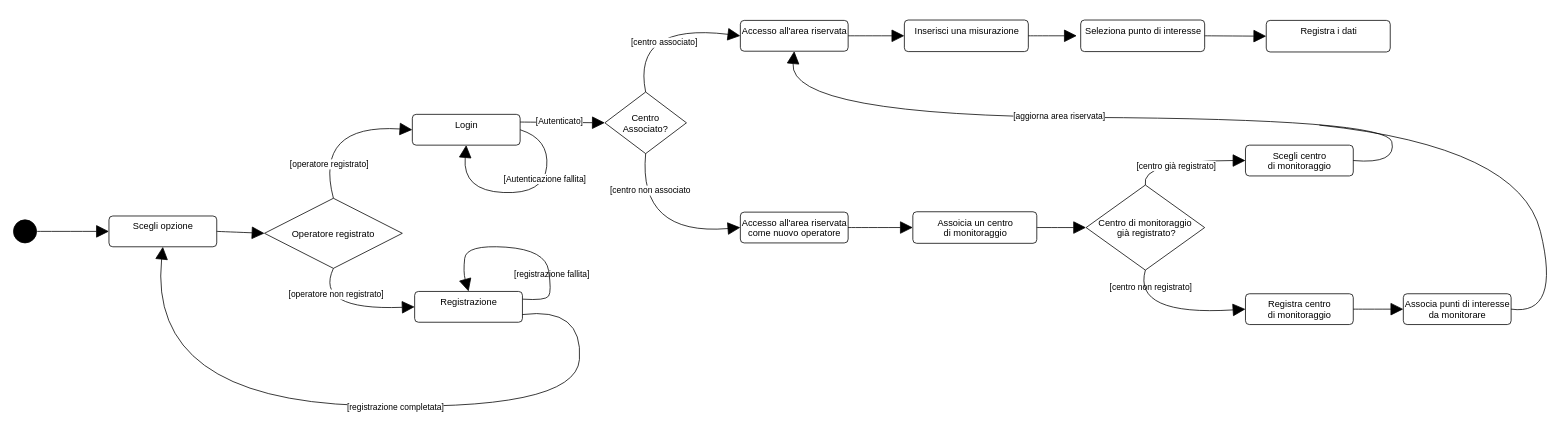
Above: doc/UML/client/activityDiagramAreaRiservata.drawio in riccardomassini/ClimateMonitoring (draw.io), before the change. Source tidied: cells renumbered, new cells numbered last; positions are measured from the earlier drawing's top-left corner, leaving out a move shared by most shapes. Both pictures are drawn from the tidied source at 77%, with x=0, y=0 at pixel (13, 20).
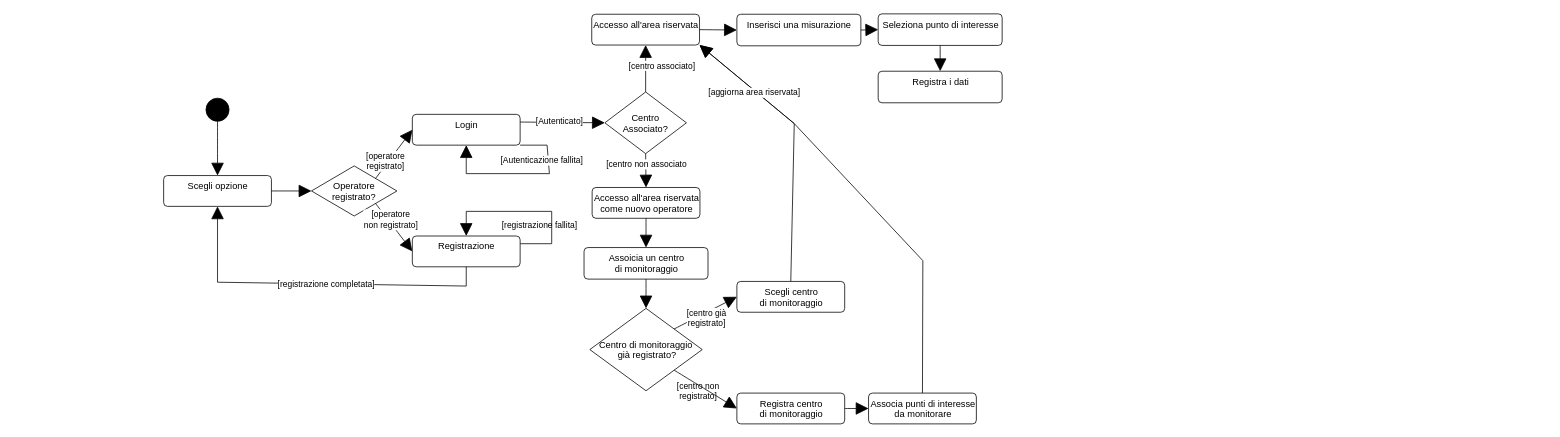
After the change.

Commit message (it also covers changes not shown here):
Aggiunto sequence diagram per server Modificato activity diagram per client

Unchanged cells that the change refers to:
```xml
<mxCell id="11" value="Login" style="html=1;align=center;verticalAlign=top;rounded=1;absoluteArcSize=1;arcSize=10;dashed=0;" parent="1" vertex="1">
  <mxGeometry x="518" y="122" width="140" height="40" as="geometry" />
</mxCell>
<mxCell id="20" value="Centro&#10;Associato?" style="rhombus;" parent="1" vertex="1">
  <mxGeometry x="768" y="93" width="106" height="80" as="geometry" />
</mxCell>
```

Change to the diagram source:
```diff
@@
+    <mxCell id="47" style="html=1;verticalAlign=bottom;labelBackgroundColor=none;endArrow=block;endFill=1;rounded=0;startSize=14;endSize=14;sourcePerimeterSpacing=8;targetPerimeterSpacing=8;exitX=0.5;exitY=0;exitDx=0;exitDy=0;entryX=1;entryY=1;entryDx=0;entryDy=0;" parent="1" edge="1" source="30" target="6">
+      <mxGeometry relative="1" as="geometry">
+        <Array as="points">
+          <mxPoint x="1181" y="312" />
+          <mxPoint x="1014" y="134" />
+        </Array>
+      </mxGeometry>
+    </mxCell>
     <mxCell id="2" style="ellipse;fillColor=strokeColor;" parent="1" vertex="1">
-      <mxGeometry y="259" width="30" height="30" as="geometry" />
+      <mxGeometry x="250" y="101" width="30" height="30" as="geometry" />
     </mxCell>
     <mxCell id="3" value="Scegli opzione" style="html=1;align=center;verticalAlign=top;rounded=1;absoluteArcSize=1;arcSize=10;dashed=0;" parent="1" vertex="1">
-      <mxGeometry x="124" y="254" width="140" height="40" as="geometry" />
+      <mxGeometry x="195" y="201.5" width="140" height="40" as="geometry" />
     </mxCell>
-    <mxCell id="4" value="Operatore registrato" style="rhombus;" parent="1" vertex="1">
-      <mxGeometry x="326" y="231" width="179" height="91" as="geometry" />
+    <mxCell id="4" value="Operatore &#10;registrato?" style="rhombus;" parent="1" vertex="1">
+      <mxGeometry x="387" y="189" width="111" height="65" as="geometry" />
     </mxCell>
     <mxCell id="5" value="Accesso all'area riservata&lt;br&gt;come nuovo operatore" style="html=1;align=center;verticalAlign=top;rounded=1;absoluteArcSize=1;arcSize=10;dashed=0;" parent="1" vertex="1">
-      <mxGeometry x="944" y="249" width="140" height="40" as="geometry" />
+      <mxGeometry x="751.5" y="217" width="140" height="40" as="geometry" />
     </mxCell>
     <mxCell id="6" value="Accesso all'area riservata" style="html=1;align=center;verticalAlign=top;rounded=1;absoluteArcSize=1;arcSize=10;dashed=0;" parent="1" vertex="1">
-      <mxGeometry x="944" width="140" height="40" as="geometry" />
+      <mxGeometry x="751" y="-8" width="140" height="40" as="geometry" />
     </mxCell>
-    <mxCell id="7" style="html=1;verticalAlign=bottom;labelBackgroundColor=none;endArrow=block;endFill=1;rounded=0;startSize=14;endSize=14;sourcePerimeterSpacing=8;targetPerimeterSpacing=8;curved=1;entryX=0.5;entryY=1;entryDx=0;entryDy=0;exitX=1;exitY=0.5;exitDx=0;exitDy=0;" parent="1" edge="1" source="11" target="11">
+    <mxCell id="7" style="html=1;verticalAlign=bottom;labelBackgroundColor=none;endArrow=block;endFill=1;rounded=0;startSize=14;endSize=14;sourcePerimeterSpacing=8;targetPerimeterSpacing=8;entryX=0.5;entryY=1;entryDx=0;entryDy=0;exitX=1;exitY=1;exitDx=0;exitDy=0;" parent="1" edge="1" source="11" target="11">
       <mxGeometry relative="1" as="geometry">
         <Array as="points">
-          <mxPoint x="696" y="154" />
-          <mxPoint x="689" y="226" />
-          <mxPoint x="583" y="221" />
+          <mxPoint x="693" y="162" />
+          <mxPoint x="696" y="199" />
+          <mxPoint x="588" y="199" />
         </Array>
       </mxGeometry>
     </mxCell>
     <mxCell id="8" value="[Autenticazione fallita]" style="edgeLabel;html=1;align=center;verticalAlign=middle;" parent="7" vertex="1">
-      <mxGeometry x="-0.34" y="-1" relative="1" as="geometry" />
+      <mxGeometry x="-0.34" y="-1" relative="1" as="geometry">
+        <mxPoint x="-11" y="-17" as="offset" />
+      </mxGeometry>
     </mxCell>
-    <mxCell id="9" value="[registrazione fallita]" style="html=1;verticalAlign=bottom;labelBackgroundColor=none;endArrow=block;endFill=1;rounded=0;startSize=14;endSize=14;sourcePerimeterSpacing=8;targetPerimeterSpacing=8;curved=1;exitX=1;exitY=0.25;exitDx=0;exitDy=0;entryX=0.5;entryY=0;entryDx=0;entryDy=0;" parent="1" edge="1" source="10" target="10">
-      <mxGeometry x="-0.57" y="-2" relative="1" as="geometry">
+    <mxCell id="9" value="[registrazione fallita]" style="html=1;verticalAlign=bottom;labelBackgroundColor=none;endArrow=block;endFill=1;rounded=0;startSize=14;endSize=14;sourcePerimeterSpacing=8;targetPerimeterSpacing=8;exitX=1;exitY=0.25;exitDx=0;exitDy=0;entryX=0.5;entryY=0;entryDx=0;entryDy=0;elbow=vertical;" parent="1" edge="1" source="10" target="10">
+      <mxGeometry x="-0.78" y="15" relative="1" as="geometry">
         <Array as="points">
-          <mxPoint x="691" y="364" />
-          <mxPoint x="699" y="352" />
-          <mxPoint x="691" y="298" />
-          <mxPoint x="588" y="291" />
-          <mxPoint x="584" y="327" />
+          <mxPoint x="699" y="290" />
+          <mxPoint x="699" y="248" />
+          <mxPoint x="588" y="248" />
         </Array>
       </mxGeometry>
     </mxCell>
     <mxCell id="10" value="Registrazione" style="html=1;align=center;verticalAlign=top;rounded=1;absoluteArcSize=1;arcSize=10;dashed=0;" parent="1" vertex="1">
-      <mxGeometry x="521" y="352" width="140" height="40" as="geometry" />
+      <mxGeometry x="518" y="280" width="140" height="40" as="geometry" />
     </mxCell>
@@
-    <mxCell id="12" style="html=1;verticalAlign=bottom;labelBackgroundColor=none;endArrow=block;endFill=1;rounded=0;startSize=14;endSize=14;sourcePerimeterSpacing=8;targetPerimeterSpacing=8;curved=1;exitX=1;exitY=0.75;exitDx=0;exitDy=0;entryX=0.5;entryY=1;entryDx=0;entryDy=0;" parent="1" edge="1" source="10" target="3">
+    <mxCell id="12" style="html=1;verticalAlign=bottom;labelBackgroundColor=none;endArrow=block;endFill=1;rounded=0;startSize=14;endSize=14;sourcePerimeterSpacing=8;targetPerimeterSpacing=8;exitX=0.5;exitY=1;exitDx=0;exitDy=0;entryX=0.5;entryY=1;entryDx=0;entryDy=0;" parent="1" edge="1" source="10" target="3">
       <mxGeometry relative="1" as="geometry">
         <Array as="points">
-          <mxPoint x="740" y="372" />
-          <mxPoint x="730" y="509" />
-          <mxPoint x="174" y="491" />
+          <mxPoint x="588" y="345" />
+          <mxPoint x="265" y="340" />
         </Array>
       </mxGeometry>
     </mxCell>
@@
-    <mxCell id="14" style="html=1;verticalAlign=bottom;labelBackgroundColor=none;endArrow=block;endFill=1;rounded=0;startSize=14;endSize=14;sourcePerimeterSpacing=8;targetPerimeterSpacing=8;curved=1;exitX=0.5;exitY=1;exitDx=0;exitDy=0;entryX=0;entryY=0.5;entryDx=0;entryDy=0;" parent="1" edge="1" source="4" target="10">
-      <mxGeometry relative="1" as="geometry">
-        <Array as="points">
-          <mxPoint x="390" y="377" />
-        </Array>
-      </mxGeometry>
+    <mxCell id="14" style="html=1;verticalAlign=bottom;labelBackgroundColor=none;endArrow=block;endFill=1;rounded=0;startSize=14;endSize=14;sourcePerimeterSpacing=8;targetPerimeterSpacing=8;curved=1;exitX=1;exitY=1;exitDx=0;exitDy=0;entryX=0;entryY=0.5;entryDx=0;entryDy=0;" parent="1" edge="1" source="4" target="10">
+      <mxGeometry relative="1" as="geometry" />
     </mxCell>
-    <mxCell id="15" value="[operatore non registrato]" style="edgeLabel;html=1;align=center;verticalAlign=middle;" parent="14" vertex="1">
-      <mxGeometry x="-0.7" y="17" relative="1" as="geometry" />
+    <mxCell id="15" value="[operatore &lt;br&gt;non registrato]" style="edgeLabel;html=1;align=center;verticalAlign=middle;" parent="14" vertex="1">
+      <mxGeometry x="-0.7" y="17" relative="1" as="geometry">
+        <mxPoint x="-2" y="22" as="offset" />
+      </mxGeometry>
     </mxCell>
-    <mxCell id="16" style="html=1;verticalAlign=bottom;labelBackgroundColor=none;endArrow=block;endFill=1;rounded=0;startSize=14;endSize=14;sourcePerimeterSpacing=8;targetPerimeterSpacing=8;curved=1;exitX=0.5;exitY=0;exitDx=0;exitDy=0;entryX=0;entryY=0.5;entryDx=0;entryDy=0;" parent="1" edge="1" source="4" target="11">
-      <mxGeometry relative="1" as="geometry">
-        <Array as="points">
-          <mxPoint x="390" y="134" />
-        </Array>
-      </mxGeometry>
+    <mxCell id="16" style="html=1;verticalAlign=bottom;labelBackgroundColor=none;endArrow=block;endFill=1;rounded=0;startSize=14;endSize=14;sourcePerimeterSpacing=8;targetPerimeterSpacing=8;curved=1;exitX=1;exitY=0;exitDx=0;exitDy=0;entryX=0;entryY=0.5;entryDx=0;entryDy=0;" parent="1" edge="1" source="4" target="11">
+      <mxGeometry relative="1" as="geometry" />
     </mxCell>
-    <mxCell id="17" value="[operatore registrato]" style="edgeLabel;html=1;align=center;verticalAlign=middle;" parent="16" vertex="1">
+    <mxCell id="17" value="[operatore &lt;br&gt;registrato]" style="edgeLabel;html=1;align=center;verticalAlign=middle;" parent="16" vertex="1">
       <mxGeometry x="-0.61" y="-6" relative="1" as="geometry">
-        <mxPoint y="1" as="offset" />
+        <mxPoint x="-2" y="-14" as="offset" />
       </mxGeometry>
     </mxCell>
-    <mxCell id="18" style="html=1;verticalAlign=bottom;labelBackgroundColor=none;endArrow=block;endFill=1;rounded=0;startSize=14;endSize=14;sourcePerimeterSpacing=8;targetPerimeterSpacing=8;curved=1;exitX=1;exitY=0.5;exitDx=0;exitDy=0;entryX=0;entryY=0.5;entryDx=0;entryDy=0;" parent="1" edge="1" source="2" target="3">
+    <mxCell id="18" style="html=1;verticalAlign=bottom;labelBackgroundColor=none;endArrow=block;endFill=1;rounded=0;startSize=14;endSize=14;sourcePerimeterSpacing=8;targetPerimeterSpacing=8;curved=1;entryX=0.5;entryY=0;entryDx=0;entryDy=0;exitX=0.5;exitY=1;exitDx=0;exitDy=0;" parent="1" edge="1" source="2" target="3">
       <mxGeometry relative="1" as="geometry" />
     </mxCell>
@@
-    <mxCell id="23" style="html=1;verticalAlign=bottom;labelBackgroundColor=none;endArrow=block;endFill=1;rounded=0;startSize=14;endSize=14;sourcePerimeterSpacing=8;targetPerimeterSpacing=8;curved=1;exitX=0.5;exitY=0;exitDx=0;exitDy=0;entryX=0;entryY=0.5;entryDx=0;entryDy=0;" parent="1" edge="1" source="20" target="6">
-      <mxGeometry relative="1" as="geometry">
-        <Array as="points">
-          <mxPoint x="803" y="3" />
-        </Array>
-      </mxGeometry>
+    <mxCell id="23" style="html=1;verticalAlign=bottom;labelBackgroundColor=none;endArrow=block;endFill=1;rounded=0;startSize=14;endSize=14;sourcePerimeterSpacing=8;targetPerimeterSpacing=8;exitX=0.5;exitY=0;exitDx=0;exitDy=0;entryX=0.5;entryY=1;entryDx=0;entryDy=0;" parent="1" edge="1" source="20" target="6">
+      <mxGeometry relative="1" as="geometry" />
     </mxCell>
@@
-    <mxCell id="25" style="html=1;verticalAlign=bottom;labelBackgroundColor=none;endArrow=block;endFill=1;rounded=0;startSize=14;endSize=14;sourcePerimeterSpacing=8;targetPerimeterSpacing=8;curved=1;exitX=0.5;exitY=1;exitDx=0;exitDy=0;entryX=0;entryY=0.5;entryDx=0;entryDy=0;" parent="1" edge="1" source="20" target="5">
-      <mxGeometry relative="1" as="geometry">
-        <Array as="points">
-          <mxPoint x="811" y="280" />
-        </Array>
-      </mxGeometry>
+    <mxCell id="25" style="html=1;verticalAlign=bottom;labelBackgroundColor=none;endArrow=block;endFill=1;rounded=0;startSize=14;endSize=14;sourcePerimeterSpacing=8;targetPerimeterSpacing=8;exitX=0.5;exitY=1;exitDx=0;exitDy=0;entryX=0.5;entryY=0;entryDx=0;entryDy=0;" parent="1" edge="1" source="20" target="5">
+      <mxGeometry relative="1" as="geometry" />
     </mxCell>
     <mxCell id="26" value="[centro non associato" style="edgeLabel;html=1;align=center;verticalAlign=middle;" parent="25" vertex="1">
-      <mxGeometry x="-0.61" y="10" relative="1" as="geometry" />
+      <mxGeometry x="-0.61" y="10" relative="1" as="geometry">
+        <mxPoint x="-10" y="5" as="offset" />
+      </mxGeometry>
     </mxCell>
     <mxCell id="27" value="Assoicia un centro &lt;br&gt;di monitoraggio" style="html=1;align=center;verticalAlign=top;rounded=1;absoluteArcSize=1;arcSize=10;dashed=0;" parent="1" vertex="1">
-      <mxGeometry x="1168" y="248.5" width="161" height="41" as="geometry" />
+      <mxGeometry x="741" y="295" width="161" height="41" as="geometry" />
     </mxCell>
     <mxCell id="28" value="Centro di monitoraggio&#10; già registrato?" style="rhombus;" parent="1" vertex="1">
-      <mxGeometry x="1393" y="213.8" width="154" height="110.5" as="geometry" />
+      <mxGeometry x="748.5" y="374" width="146" height="107" as="geometry" />
     </mxCell>
     <mxCell id="29" value="Registra centro &lt;br&gt;di monitoraggio" style="html=1;align=center;verticalAlign=top;rounded=1;absoluteArcSize=1;arcSize=10;dashed=0;" parent="1" vertex="1">
-      <mxGeometry x="1600" y="355" width="140" height="40" as="geometry" />
+      <mxGeometry x="939.5" y="484" width="140" height="40" as="geometry" />
     </mxCell>
     <mxCell id="30" value="Associa punti di interesse&lt;br&gt;da monitorare" style="html=1;align=center;verticalAlign=top;rounded=1;absoluteArcSize=1;arcSize=10;dashed=0;" parent="1" vertex="1">
-      <mxGeometry x="1805" y="355" width="140" height="40" as="geometry" />
+      <mxGeometry x="1110.5" y="484" width="140" height="40" as="geometry" />
     </mxCell>
     <mxCell id="31" value="Scegli centro &lt;br&gt;di monitoraggio" style="html=1;align=center;verticalAlign=top;rounded=1;absoluteArcSize=1;arcSize=10;dashed=0;" parent="1" vertex="1">
-      <mxGeometry x="1600" y="162" width="140" height="40" as="geometry" />
+      <mxGeometry x="939.5" y="339" width="140" height="40" as="geometry" />
     </mxCell>
-    <mxCell id="32" style="html=1;verticalAlign=bottom;labelBackgroundColor=none;endArrow=block;endFill=1;rounded=0;startSize=14;endSize=14;sourcePerimeterSpacing=8;targetPerimeterSpacing=8;curved=1;exitX=1;exitY=0.5;exitDx=0;exitDy=0;entryX=0;entryY=0.5;entryDx=0;entryDy=0;" parent="1" edge="1" source="5" target="27">
+    <mxCell id="32" style="html=1;verticalAlign=bottom;labelBackgroundColor=none;endArrow=block;endFill=1;rounded=0;startSize=14;endSize=14;sourcePerimeterSpacing=8;targetPerimeterSpacing=8;curved=1;exitX=0.5;exitY=1;exitDx=0;exitDy=0;entryX=0.5;entryY=0;entryDx=0;entryDy=0;" parent="1" edge="1" source="5" target="27">
       <mxGeometry relative="1" as="geometry" />
     </mxCell>
-    <mxCell id="33" style="html=1;verticalAlign=bottom;labelBackgroundColor=none;endArrow=block;endFill=1;rounded=0;startSize=14;endSize=14;sourcePerimeterSpacing=8;targetPerimeterSpacing=8;curved=1;exitX=1;exitY=0.5;exitDx=0;exitDy=0;entryX=0;entryY=0.5;entryDx=0;entryDy=0;" parent="1" edge="1" source="27" target="28">
+    <mxCell id="33" style="html=1;verticalAlign=bottom;labelBackgroundColor=none;endArrow=block;endFill=1;rounded=0;startSize=14;endSize=14;sourcePerimeterSpacing=8;targetPerimeterSpacing=8;curved=1;exitX=0.5;exitY=1;exitDx=0;exitDy=0;entryX=0.5;entryY=0;entryDx=0;entryDy=0;" parent="1" edge="1" source="27" target="28">
       <mxGeometry relative="1" as="geometry" />
     </mxCell>
-    <mxCell id="34" value="[centro non registrato]" style="html=1;verticalAlign=bottom;labelBackgroundColor=none;endArrow=block;endFill=1;rounded=0;startSize=14;endSize=14;sourcePerimeterSpacing=8;targetPerimeterSpacing=8;curved=1;exitX=0.5;exitY=1;exitDx=0;exitDy=0;entryX=0;entryY=0.5;entryDx=0;entryDy=0;" parent="1" edge="1" source="28" target="29">
-      <mxGeometry x="-0.73" y="15" relative="1" as="geometry">
-        <Array as="points">
-          <mxPoint x="1453" y="384" />
-        </Array>
-      </mxGeometry>
+    <mxCell id="34" value="[centro non &lt;br&gt;registrato]" style="html=1;verticalAlign=bottom;labelBackgroundColor=none;endArrow=block;endFill=1;rounded=0;startSize=14;endSize=14;sourcePerimeterSpacing=8;targetPerimeterSpacing=8;curved=1;exitX=1;exitY=1;exitDx=0;exitDy=0;entryX=0;entryY=0.5;entryDx=0;entryDy=0;" parent="1" edge="1" source="28" target="29">
+      <mxGeometry x="0.02" y="-20" relative="1" as="geometry" />
     </mxCell>
-    <mxCell id="35" style="html=1;verticalAlign=bottom;labelBackgroundColor=none;endArrow=block;endFill=1;rounded=0;startSize=14;endSize=14;sourcePerimeterSpacing=8;targetPerimeterSpacing=8;curved=1;exitX=0.5;exitY=0;exitDx=0;exitDy=0;entryX=0;entryY=0.5;entryDx=0;entryDy=0;" parent="1" edge="1" source="28" target="31">
-      <mxGeometry relative="1" as="geometry">
-        <Array as="points">
-          <mxPoint x="1463" y="182" />
-        </Array>
-      </mxGeometry>
+    <mxCell id="35" style="html=1;verticalAlign=bottom;labelBackgroundColor=none;endArrow=block;endFill=1;rounded=0;startSize=14;endSize=14;sourcePerimeterSpacing=8;targetPerimeterSpacing=8;curved=1;entryX=0;entryY=0.5;entryDx=0;entryDy=0;exitX=1;exitY=0;exitDx=0;exitDy=0;" parent="1" edge="1" source="28" target="31">
+      <mxGeometry relative="1" as="geometry" />
     </mxCell>
-    <mxCell id="36" value="[centro già registrato]" style="edgeLabel;html=1;align=center;verticalAlign=middle;" parent="35" vertex="1">
+    <mxCell id="36" value="[centro già &lt;br&gt;registrato]" style="edgeLabel;html=1;align=center;verticalAlign=middle;" parent="35" vertex="1">
       <mxGeometry x="-0.07" y="-6" relative="1" as="geometry" />
     </mxCell>
@@
-    <mxCell id="38" style="html=1;verticalAlign=bottom;labelBackgroundColor=none;endArrow=block;endFill=1;rounded=0;startSize=14;endSize=14;sourcePerimeterSpacing=8;targetPerimeterSpacing=8;curved=1;exitX=1;exitY=0.5;exitDx=0;exitDy=0;entryX=0.5;entryY=1;entryDx=0;entryDy=0;" parent="1" edge="1" source="31" target="6">
+    <mxCell id="38" style="html=1;verticalAlign=bottom;labelBackgroundColor=none;endArrow=block;endFill=1;rounded=0;startSize=14;endSize=14;sourcePerimeterSpacing=8;targetPerimeterSpacing=8;exitX=0.5;exitY=0;exitDx=0;exitDy=0;entryX=1;entryY=1;entryDx=0;entryDy=0;" parent="1" edge="1" source="31" target="6">
       <mxGeometry relative="1" as="geometry">
         <Array as="points">
-          <mxPoint x="1797" y="187" />
-          <mxPoint x="1783" y="128" />
-          <mxPoint x="1006" y="124" />
+          <mxPoint x="1014" y="134" />
         </Array>
       </mxGeometry>
     </mxCell>
     <mxCell id="39" value="[aggiorna area riservata]" style="edgeLabel;html=1;align=center;verticalAlign=middle;" parent="38" vertex="1">
-      <mxGeometry x="0.11" y="-1" relative="1" as="geometry" />
+      <mxGeometry x="0.11" y="-1" relative="1" as="geometry">
+        <mxPoint x="-53" y="-44" as="offset" />
+      </mxGeometry>
     </mxCell>
-    <mxCell id="40" style="html=1;verticalAlign=bottom;labelBackgroundColor=none;endArrow=none;endFill=0;rounded=0;startSize=14;endSize=14;sourcePerimeterSpacing=8;targetPerimeterSpacing=8;curved=1;exitX=1;exitY=0.5;exitDx=0;exitDy=0;" parent="1" edge="1" source="30">
-      <mxGeometry relative="1" as="geometry">
-        <mxPoint x="1696" y="136" as="targetPoint" />
-        <Array as="points">
-          <mxPoint x="2010" y="384" />
-          <mxPoint x="1956" y="164" />
-        </Array>
-      </mxGeometry>
-    </mxCell>
     <mxCell id="41" value="Inserisci una misurazione" style="html=1;align=center;verticalAlign=top;rounded=1;absoluteArcSize=1;arcSize=10;dashed=0;" parent="1" vertex="1">
-      <mxGeometry x="1157" y="-0.5" width="161" height="41" as="geometry" />
+      <mxGeometry x="939.5" y="-8" width="161" height="41" as="geometry" />
     </mxCell>
     <mxCell id="42" value="Seleziona punto di interesse" style="html=1;align=center;verticalAlign=top;rounded=1;absoluteArcSize=1;arcSize=10;dashed=0;" parent="1" vertex="1">
-      <mxGeometry x="1386" y="-0.5" width="161" height="41" as="geometry" />
+      <mxGeometry x="1123" y="-8.5" width="161" height="41" as="geometry" />
     </mxCell>
     <mxCell id="43" value="Registra i dati" style="html=1;align=center;verticalAlign=top;rounded=1;absoluteArcSize=1;arcSize=10;dashed=0;" parent="1" vertex="1">
-      <mxGeometry x="1627" width="161" height="41" as="geometry" />
+      <mxGeometry x="1123" y="66" width="161" height="41" as="geometry" />
     </mxCell>
@@
-    <mxCell id="45" style="html=1;verticalAlign=bottom;labelBackgroundColor=none;endArrow=block;endFill=1;rounded=0;startSize=14;endSize=14;sourcePerimeterSpacing=8;targetPerimeterSpacing=8;curved=1;exitX=1;exitY=0.5;exitDx=0;exitDy=0;" parent="1" edge="1" source="41">
-      <mxGeometry relative="1" as="geometry">
-        <mxPoint x="1381" y="20" as="targetPoint" />
-      </mxGeometry>
+    <mxCell id="45" style="html=1;verticalAlign=bottom;labelBackgroundColor=none;endArrow=block;endFill=1;rounded=0;startSize=14;endSize=14;sourcePerimeterSpacing=8;targetPerimeterSpacing=8;curved=1;exitX=1;exitY=0.5;exitDx=0;exitDy=0;entryX=0;entryY=0.5;entryDx=0;entryDy=0;" parent="1" edge="1" source="41" target="42">
+      <mxGeometry relative="1" as="geometry" />
     </mxCell>
-    <mxCell id="46" style="html=1;verticalAlign=bottom;labelBackgroundColor=none;endArrow=block;endFill=1;rounded=0;startSize=14;endSize=14;sourcePerimeterSpacing=8;targetPerimeterSpacing=8;curved=1;exitX=1;exitY=0.5;exitDx=0;exitDy=0;entryX=0;entryY=0.5;entryDx=0;entryDy=0;" parent="1" edge="1" source="42" target="43">
+    <mxCell id="46" style="html=1;verticalAlign=bottom;labelBackgroundColor=none;endArrow=block;endFill=1;rounded=0;startSize=14;endSize=14;sourcePerimeterSpacing=8;targetPerimeterSpacing=8;curved=1;exitX=0.5;exitY=1;exitDx=0;exitDy=0;entryX=0.5;entryY=0;entryDx=0;entryDy=0;" parent="1" edge="1" source="42" target="43">
       <mxGeometry relative="1" as="geometry" />
     </mxCell>
```
